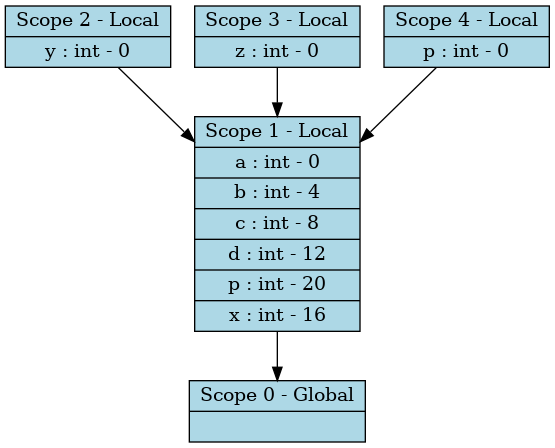
Earlier version of the Graphviz export Compiler/symbol_table.png (satish-pati/3_Compilers_LabProject). Its source is kept beside it as Compiler/symbol_table.dot. The source it was exported from:
```dot
digraph SymbolTable {
  node [shape=record, style=filled, fillcolor=lightblue];
  scope0 [label="{Scope 0 - Global|}"];
  scope1 [label="{Scope 1 - Local|a : int - 0|b : int - 4|c : int - 8|d : int - 12|p : int - 20|x : int - 16}"];
  scope1 -> scope0;
  scope2 [label="{Scope 2 - Local|y : int - 0}"];
  scope2 -> scope1;
  scope3 [label="{Scope 3 - Local|z : int - 0}"];
  scope3 -> scope1;
  scope4 [label="{Scope 4 - Local|p : int - 0}"];
  scope4 -> scope1;
}
```
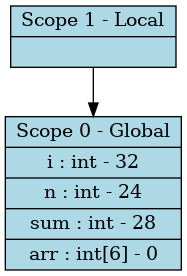
Above is the later version.

Change to the diagram source:
```diff
@@ -1,12 +1,6 @@
 digraph SymbolTable {
   node [shape=record, style=filled, fillcolor=lightblue];
-  scope0 [label="{Scope 0 - Global|}"];
-  scope1 [label="{Scope 1 - Local|a : int - 0|b : int - 4|c : int - 8|d : int - 12|p : int - 20|x : int - 16}"];
+  scope0 [label="{Scope 0 - Global|i : int - 32|n : int - 24|sum : int - 28|arr : int[6] - 0}"];
+  scope1 [label="{Scope 1 - Local|}"];
   scope1 -> scope0;
-  scope2 [label="{Scope 2 - Local|y : int - 0}"];
-  scope2 -> scope1;
-  scope3 [label="{Scope 3 - Local|z : int - 0}"];
-  scope3 -> scope1;
-  scope4 [label="{Scope 4 - Local|p : int - 0}"];
-  scope4 -> scope1;
 }
```
